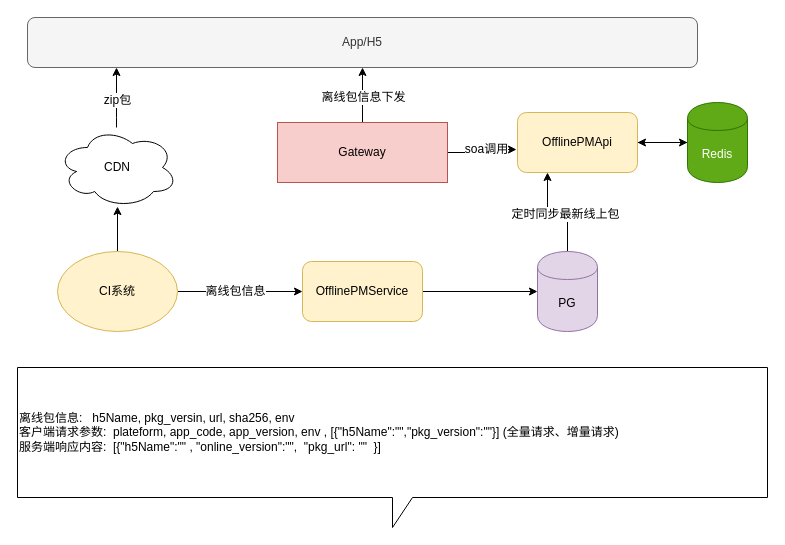
The draw.io diagram offlinepm.drawio in zyhui98/drawio, before the edit. Source tidied: cells renumbered, new cells numbered last; positions are measured from the earlier drawing's top-left corner, leaving out a move shared by most shapes. Both pictures are drawn from the tidied source at 100%, with x=0, y=0 at pixel (17, 17).
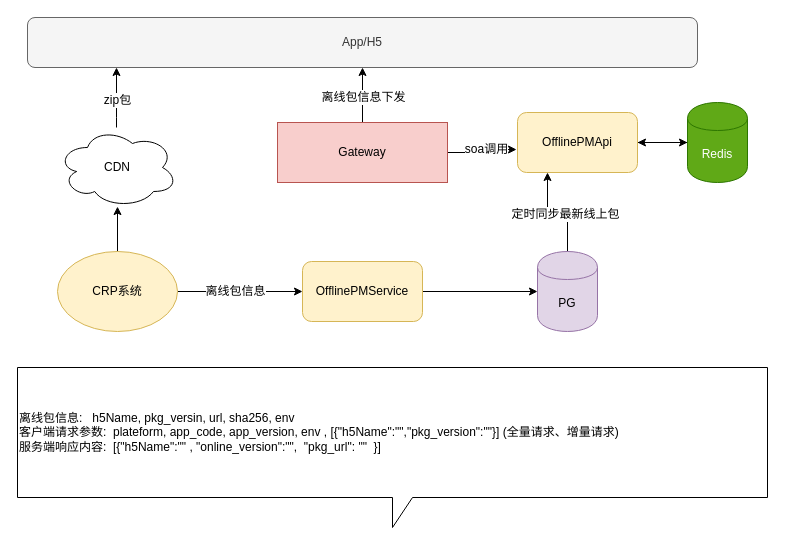
The same page after the edit.

Change to the diagram source:
```diff
@@
-    <mxCell id="13" value="CI系统" style="ellipse;whiteSpace=wrap;html=1;fillColor=#fff2cc;strokeColor=#d6b656;" parent="1" vertex="1">
+    <mxCell id="13" value="CRP系统" style="ellipse;whiteSpace=wrap;html=1;fillColor=#fff2cc;strokeColor=#d6b656;" parent="1" vertex="1">
       <mxGeometry x="40" y="234" width="120" height="80" as="geometry" />
     </mxCell>
```
